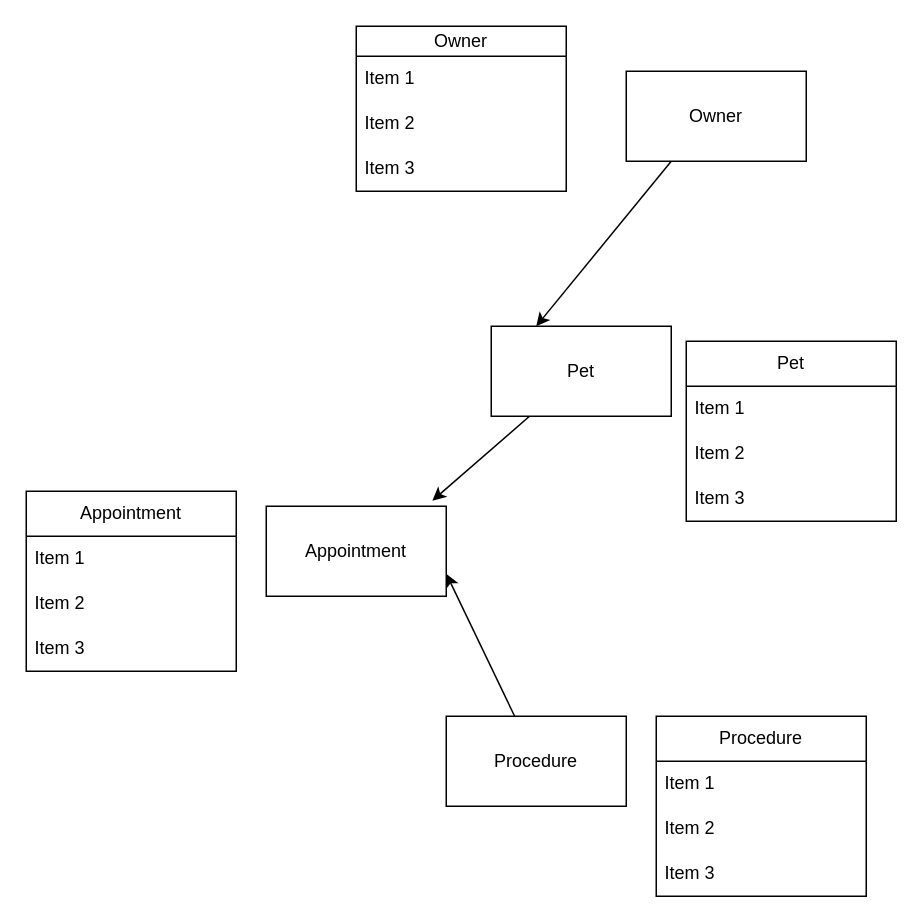
Earlier version of the draw.io diagram page "Page-1" (1 of 2) of phase-three/06_sql_fundamentals/relationships.drawio (learn-co-students/east-se-040124). Source tidied: cells renumbered, new cells numbered last; positions are measured from the earlier drawing's top-left corner, leaving out a move shared by most shapes. Both pictures are drawn from the tidied source at 150%, with x=0, y=0 at pixel (26, 26).
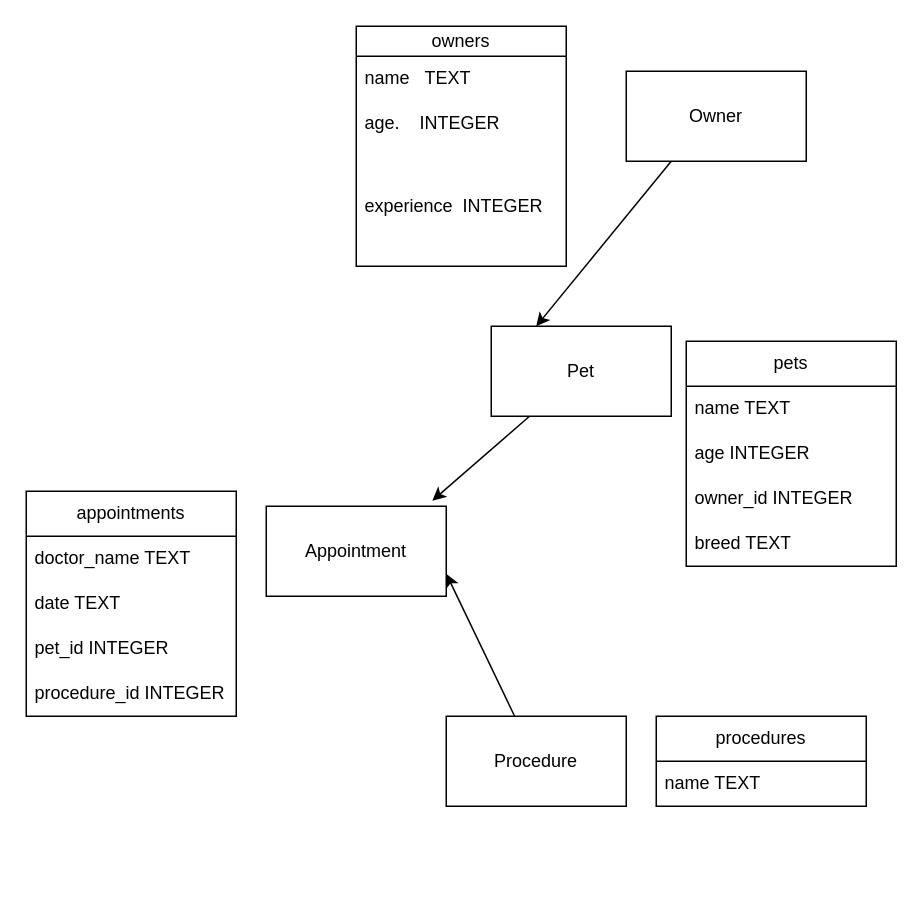
Above is the later version.

Diff of the diagram source:
```diff
@@
-    <mxCell id="8" value="Owner" style="swimlane;fontStyle=0;horizontal=1;startSize=20;whiteSpace=wrap;html=1;" parent="1" vertex="1">
-      <mxGeometry x="220" width="140" height="110" as="geometry" />
+    <mxCell id="8" value="owners" style="swimlane;fontStyle=0;horizontal=1;startSize=20;whiteSpace=wrap;html=1;" parent="1" vertex="1">
+      <mxGeometry x="220" width="140" height="160" as="geometry" />
     </mxCell>
-    <mxCell id="9" value="Item 1" style="text;strokeColor=none;fillColor=none;align=left;verticalAlign=middle;spacingLeft=4;spacingRight=4;overflow=hidden;whiteSpace=wrap;html=1;" parent="8" vertex="1">
+    <mxCell id="9" value="name&amp;nbsp; &amp;nbsp;TEXT" style="text;strokeColor=none;fillColor=none;align=left;verticalAlign=middle;spacingLeft=4;spacingRight=4;overflow=hidden;whiteSpace=wrap;html=1;" parent="8" vertex="1">
       <mxGeometry y="20" width="140" height="30" as="geometry" />
     </mxCell>
-    <mxCell id="10" value="Item 2" style="text;strokeColor=none;fillColor=none;align=left;verticalAlign=middle;spacingLeft=4;spacingRight=4;overflow=hidden;whiteSpace=wrap;html=1;" parent="8" vertex="1">
+    <mxCell id="10" value="age.&amp;nbsp; &amp;nbsp; INTEGER" style="text;strokeColor=none;fillColor=none;align=left;verticalAlign=middle;spacingLeft=4;spacingRight=4;overflow=hidden;whiteSpace=wrap;html=1;" parent="8" vertex="1">
       <mxGeometry y="50" width="140" height="30" as="geometry" />
     </mxCell>
-    <mxCell id="11" value="Item 3" style="text;strokeColor=none;fillColor=none;align=left;verticalAlign=middle;spacingLeft=4;spacingRight=4;overflow=hidden;whiteSpace=wrap;html=1;" parent="8" vertex="1">
-      <mxGeometry y="80" width="140" height="30" as="geometry" />
+    <mxCell id="11" value="experience&amp;nbsp; INTEGER" style="text;strokeColor=none;fillColor=none;align=left;verticalAlign=middle;spacingLeft=4;spacingRight=4;overflow=hidden;whiteSpace=wrap;html=1;" parent="8" vertex="1">
+      <mxGeometry y="80" width="140" height="80" as="geometry" />
     </mxCell>
-    <mxCell id="12" value="Pet" style="swimlane;fontStyle=0;horizontal=1;startSize=30;whiteSpace=wrap;html=1;" parent="1" vertex="1">
-      <mxGeometry x="440" y="210" width="140" height="120" as="geometry" />
+    <mxCell id="12" value="pets" style="swimlane;fontStyle=0;horizontal=1;startSize=30;whiteSpace=wrap;html=1;" parent="1" vertex="1">
+      <mxGeometry x="440" y="210" width="140" height="150" as="geometry" />
     </mxCell>
-    <mxCell id="13" value="Item 1" style="text;strokeColor=none;fillColor=none;align=left;verticalAlign=middle;spacingLeft=4;spacingRight=4;overflow=hidden;whiteSpace=wrap;html=1;" parent="12" vertex="1">
+    <mxCell id="13" value="name TEXT" style="text;strokeColor=none;fillColor=none;align=left;verticalAlign=middle;spacingLeft=4;spacingRight=4;overflow=hidden;whiteSpace=wrap;html=1;" parent="12" vertex="1">
       <mxGeometry y="30" width="140" height="30" as="geometry" />
     </mxCell>
-    <mxCell id="14" value="Item 2" style="text;strokeColor=none;fillColor=none;align=left;verticalAlign=middle;spacingLeft=4;spacingRight=4;overflow=hidden;whiteSpace=wrap;html=1;" parent="12" vertex="1">
+    <mxCell id="14" value="age INTEGER" style="text;strokeColor=none;fillColor=none;align=left;verticalAlign=middle;spacingLeft=4;spacingRight=4;overflow=hidden;whiteSpace=wrap;html=1;" parent="12" vertex="1">
       <mxGeometry y="60" width="140" height="30" as="geometry" />
     </mxCell>
-    <mxCell id="15" value="Item 3" style="text;strokeColor=none;fillColor=none;align=left;verticalAlign=middle;spacingLeft=4;spacingRight=4;overflow=hidden;whiteSpace=wrap;html=1;" parent="12" vertex="1">
+    <mxCell id="15" value="owner_id INTEGER" style="text;strokeColor=none;fillColor=none;align=left;verticalAlign=middle;spacingLeft=4;spacingRight=4;overflow=hidden;whiteSpace=wrap;html=1;" parent="12" vertex="1">
       <mxGeometry y="90" width="140" height="30" as="geometry" />
     </mxCell>
+    <mxCell id="25" value="breed TEXT" style="text;strokeColor=none;fillColor=none;align=left;verticalAlign=middle;spacingLeft=4;spacingRight=4;overflow=hidden;whiteSpace=wrap;html=1;" parent="12" vertex="1">
+      <mxGeometry y="120" width="140" height="30" as="geometry" />
+    </mxCell>
-    <mxCell id="16" value="Appointment" style="swimlane;fontStyle=0;horizontal=1;startSize=30;whiteSpace=wrap;html=1;" parent="1" vertex="1">
-      <mxGeometry y="310" width="140" height="120" as="geometry" />
+    <mxCell id="16" value="appointments" style="swimlane;fontStyle=0;horizontal=1;startSize=30;whiteSpace=wrap;html=1;" parent="1" vertex="1">
+      <mxGeometry y="310" width="140" height="150" as="geometry" />
     </mxCell>
-    <mxCell id="17" value="Item 1" style="text;strokeColor=none;fillColor=none;align=left;verticalAlign=middle;spacingLeft=4;spacingRight=4;overflow=hidden;whiteSpace=wrap;html=1;" parent="16" vertex="1">
+    <mxCell id="17" value="doctor_name TEXT" style="text;strokeColor=none;fillColor=none;align=left;verticalAlign=middle;spacingLeft=4;spacingRight=4;overflow=hidden;whiteSpace=wrap;html=1;" parent="16" vertex="1">
       <mxGeometry y="30" width="140" height="30" as="geometry" />
     </mxCell>
-    <mxCell id="18" value="Item 2" style="text;strokeColor=none;fillColor=none;align=left;verticalAlign=middle;spacingLeft=4;spacingRight=4;overflow=hidden;whiteSpace=wrap;html=1;" parent="16" vertex="1">
+    <mxCell id="18" value="date TEXT" style="text;strokeColor=none;fillColor=none;align=left;verticalAlign=middle;spacingLeft=4;spacingRight=4;overflow=hidden;whiteSpace=wrap;html=1;" parent="16" vertex="1">
       <mxGeometry y="60" width="140" height="30" as="geometry" />
     </mxCell>
-    <mxCell id="19" value="Item 3" style="text;strokeColor=none;fillColor=none;align=left;verticalAlign=middle;spacingLeft=4;spacingRight=4;overflow=hidden;whiteSpace=wrap;html=1;" parent="16" vertex="1">
+    <mxCell id="19" value="pet_id INTEGER" style="text;strokeColor=none;fillColor=none;align=left;verticalAlign=middle;spacingLeft=4;spacingRight=4;overflow=hidden;whiteSpace=wrap;html=1;" parent="16" vertex="1">
       <mxGeometry y="90" width="140" height="30" as="geometry" />
     </mxCell>
+    <mxCell id="26" value="procedure_id INTEGER" style="text;strokeColor=none;fillColor=none;align=left;verticalAlign=middle;spacingLeft=4;spacingRight=4;overflow=hidden;whiteSpace=wrap;html=1;" parent="16" vertex="1">
+      <mxGeometry y="120" width="140" height="30" as="geometry" />
+    </mxCell>
-    <mxCell id="20" value="Procedure" style="swimlane;fontStyle=0;horizontal=1;startSize=30;whiteSpace=wrap;html=1;" parent="1" vertex="1">
-      <mxGeometry x="420" y="460" width="140" height="120" as="geometry" />
+    <mxCell id="20" value="procedures" style="swimlane;fontStyle=0;horizontal=1;startSize=30;whiteSpace=wrap;html=1;" parent="1" vertex="1">
+      <mxGeometry x="420" y="460" width="140" height="60" as="geometry" />
     </mxCell>
-    <mxCell id="21" value="Item 1" style="text;strokeColor=none;fillColor=none;align=left;verticalAlign=middle;spacingLeft=4;spacingRight=4;overflow=hidden;whiteSpace=wrap;html=1;" parent="20" vertex="1">
+    <mxCell id="21" value="name TEXT" style="text;strokeColor=none;fillColor=none;align=left;verticalAlign=middle;spacingLeft=4;spacingRight=4;overflow=hidden;whiteSpace=wrap;html=1;" parent="20" vertex="1">
       <mxGeometry y="30" width="140" height="30" as="geometry" />
     </mxCell>
-    <mxCell id="22" value="Item 2" style="text;strokeColor=none;fillColor=none;align=left;verticalAlign=middle;spacingLeft=4;spacingRight=4;overflow=hidden;whiteSpace=wrap;html=1;" parent="20" vertex="1">
-      <mxGeometry y="60" width="140" height="30" as="geometry" />
-    </mxCell>
-    <mxCell id="23" value="Item 3" style="text;strokeColor=none;fillColor=none;align=left;verticalAlign=middle;spacingLeft=4;spacingRight=4;overflow=hidden;whiteSpace=wrap;html=1;" parent="20" vertex="1">
-      <mxGeometry y="90" width="140" height="30" as="geometry" />
-    </mxCell>
```
